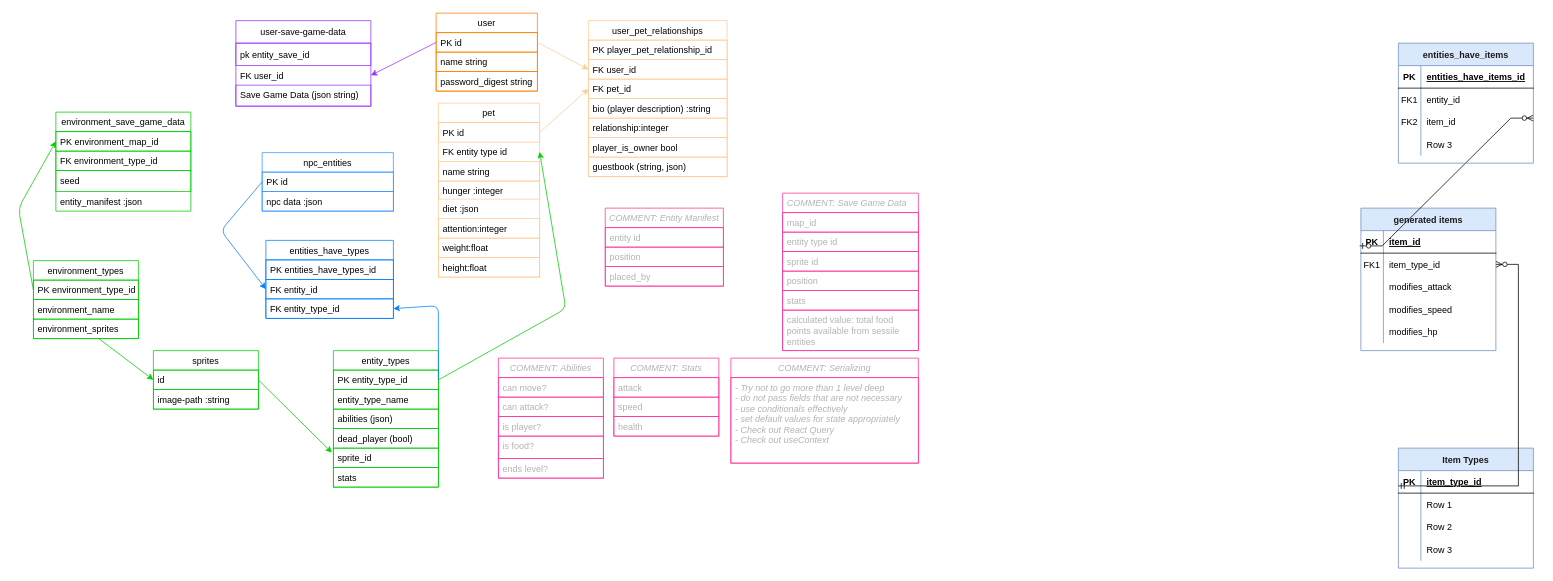
Earlier version of the draw.io diagram project-management/phase-5-erd.drawio (Rainbow-Collective/petsite). Source tidied: cells renumbered, new cells numbered last; positions are measured from the earlier drawing's top-left corner, leaving out a move shared by most shapes. Both pictures are drawn from the tidied source at 75%, with x=0, y=0 at pixel (18, 13).
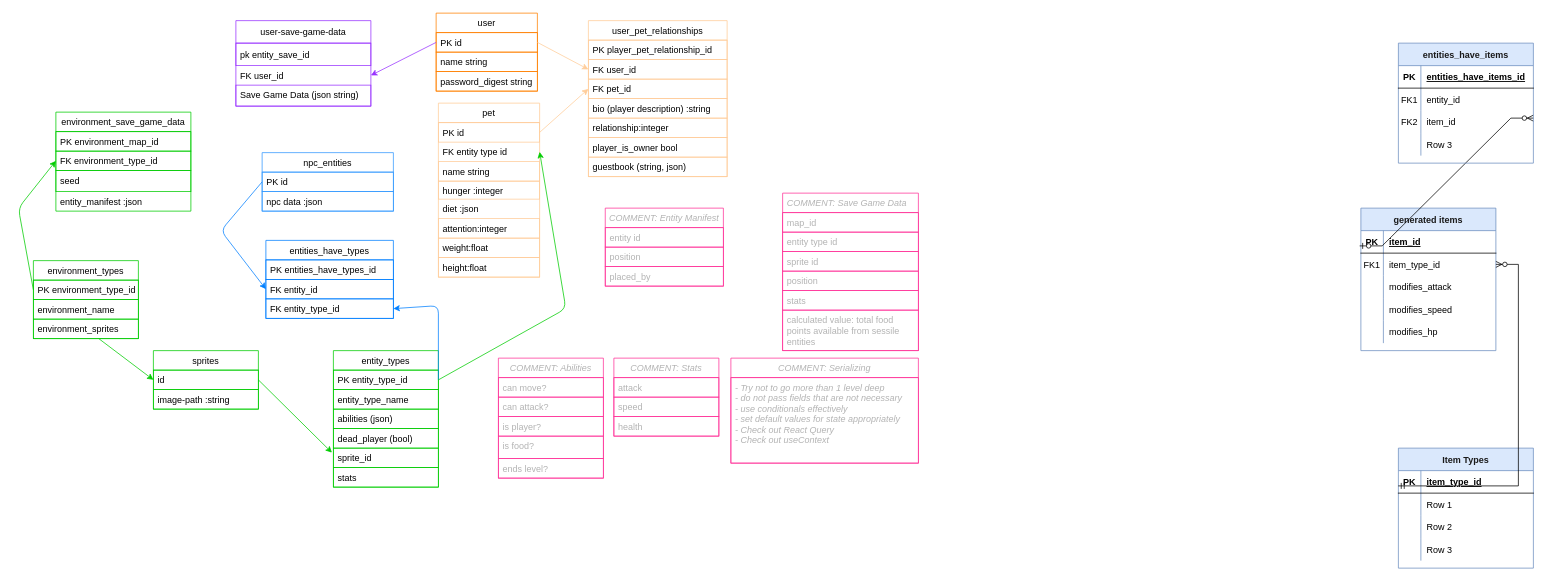
After the change.

Unchanged cells that the change refers to:
```xml
<mxCell id="77" value="PK environment_map_id" style="text;strokeColor=#00CC00;fillColor=none;align=left;verticalAlign=top;spacingLeft=4;spacingRight=4;overflow=hidden;points=[[0,0.5],[1,0.5]];portConstraint=eastwest;" parent="76" vertex="1">
  <mxGeometry y="26" width="180" height="26" as="geometry" />
</mxCell>
<mxCell id="78" value="FK environment_type_id" style="text;strokeColor=#00CC00;fillColor=none;align=left;verticalAlign=top;spacingLeft=4;spacingRight=4;overflow=hidden;points=[[0,0.5],[1,0.5]];portConstraint=eastwest;" parent="76" vertex="1">
  <mxGeometry y="52" width="180" height="26" as="geometry" />
</mxCell>
<mxCell id="82" value="PK environment_type_id" style="text;strokeColor=#00CC00;fillColor=none;align=left;verticalAlign=top;spacingLeft=4;spacingRight=4;overflow=hidden;points=[[0,0.5],[1,0.5]];portConstraint=eastwest;" parent="81" vertex="1">
  <mxGeometry y="26" width="140" height="26" as="geometry" />
</mxCell>
```

The edit, as a diff of the source:
```diff
@@
-    <mxCell id="106" style="edgeStyle=none;html=1;entryX=0;entryY=0.5;entryDx=0;entryDy=0;exitX=0;exitY=0.5;exitDx=0;exitDy=0;strokeColor=#00CC00;" parent="1" edge="1" source="82" target="77">
+    <mxCell id="106" style="edgeStyle=none;html=1;entryX=0;entryY=0.5;entryDx=0;entryDy=0;exitX=0;exitY=0.5;exitDx=0;exitDy=0;strokeColor=#00CC00;" parent="1" edge="1" source="82" target="78">
       <mxGeometry relative="1" as="geometry">
         <Array as="points">
           <mxPoint y="260" />
         </Array>
       </mxGeometry>
     </mxCell>
```
